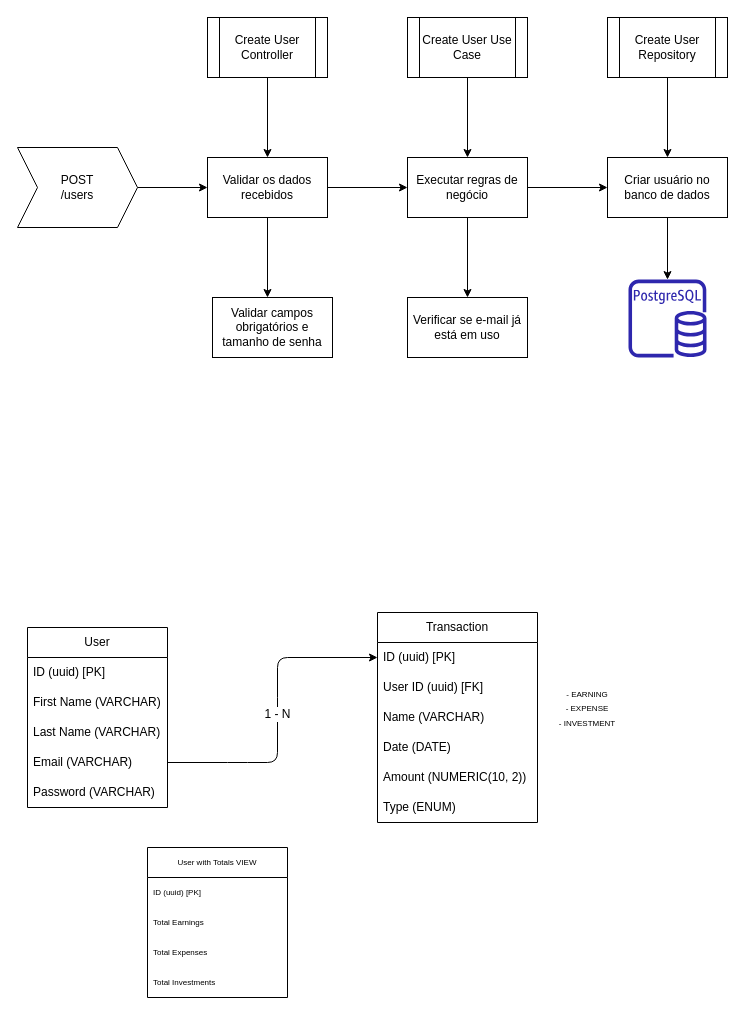
The draw.io diagram diagramaDB.drawio in Ivan-Leonardi/finance-app, before the edit. Source tidied: cells renumbered, new cells numbered last; positions are measured from the earlier drawing's top-left corner, leaving out a move shared by most shapes. Both pictures are drawn from the tidied source at 100%, with x=0, y=0 at pixel (17, 17).
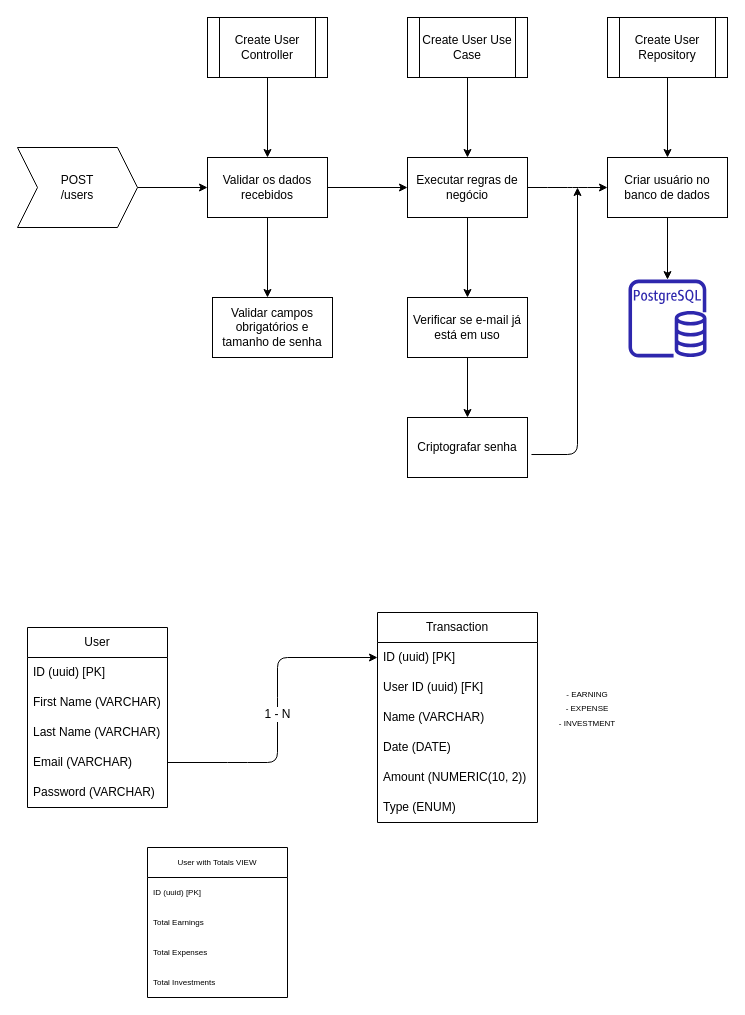
The same diagram, later.

Unchanged cells that the change refers to:
```xml
<mxCell id="29" value="Executar regras de negócio" style="whiteSpace=wrap;html=1;" parent="1" vertex="1">
  <mxGeometry x="390" y="140" width="120" height="60" as="geometry" />
</mxCell>
<mxCell id="33" value="Verificar se e-mail já está em uso" style="whiteSpace=wrap;html=1;" parent="1" vertex="1">
  <mxGeometry x="390" y="280" width="120" height="60" as="geometry" />
</mxCell>
```

The edit, as a diff of the source:
```diff
@@
     <mxCell id="27" style="edgeStyle=none;html=1;" parent="1" edge="1" source="29">
       <mxGeometry relative="1" as="geometry">
         <mxPoint x="590" y="170" as="targetPoint" />
+        <Array as="points">
+          <mxPoint x="540" y="170" />
+          <mxPoint x="560" y="170" />
+        </Array>
       </mxGeometry>
     </mxCell>
@@
+    <mxCell id="41" style="edgeStyle=none;html=1;entryX=0.5;entryY=0;entryDx=0;entryDy=0;" parent="1" edge="1" source="33" target="43">
+      <mxGeometry relative="1" as="geometry" />
+    </mxCell>
@@
+    <mxCell id="42" style="edgeStyle=none;html=1;exitX=1.033;exitY=0.617;exitDx=0;exitDy=0;exitPerimeter=0;" parent="1" edge="1" source="43">
+      <mxGeometry relative="1" as="geometry">
+        <mxPoint x="560" y="170" as="targetPoint" />
+        <Array as="points">
+          <mxPoint x="560" y="437" />
+        </Array>
+      </mxGeometry>
+    </mxCell>
+    <mxCell id="43" value="Criptografar senha" style="whiteSpace=wrap;html=1;" parent="1" vertex="1">
+      <mxGeometry x="390" y="400" width="120" height="60" as="geometry" />
+    </mxCell>
```
